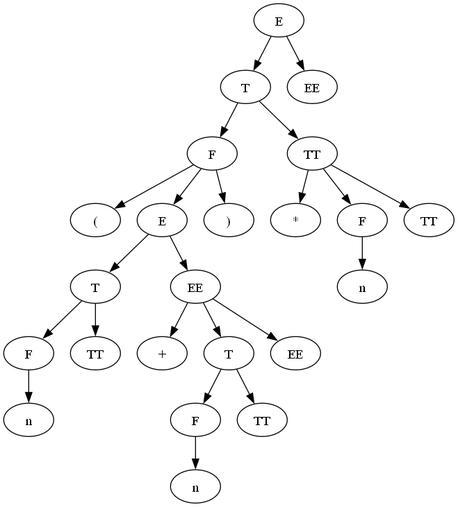
Above: lab4/graph0.png in Ultimatereo/MT (Graphviz), before the change. Its source is kept beside it as lab4/graph0.dot. The source it was exported from:
```dot
digraph ParserResult {
"NonTerminal[name=E]_22" [label="E"]
"NonTerminal[name=T]_20" [label="T"]
"NonTerminal[name=E]_22"->"NonTerminal[name=T]_20";
"NonTerminal[name=T]_20" [label="T"]
"NonTerminal[name=F]_14" [label="F"]
"NonTerminal[name=T]_20"->"NonTerminal[name=F]_14";
"NonTerminal[name=F]_14" [label="F"]
"Token{name='(', value='('}_0" [label="("]
"NonTerminal[name=F]_14"->"Token{name='(', value='('}_0";
"Token{name='(', value='('}_0" [label="("]
"NonTerminal[name=E]_12" [label="E"]
"NonTerminal[name=F]_14"->"NonTerminal[name=E]_12";
"NonTerminal[name=E]_12" [label="E"]
"NonTerminal[name=T]_4" [label="T"]
"NonTerminal[name=E]_12"->"NonTerminal[name=T]_4";
"NonTerminal[name=T]_4" [label="T"]
"NonTerminal[name=F]_2" [label="F"]
"NonTerminal[name=T]_4"->"NonTerminal[name=F]_2";
"NonTerminal[name=F]_2" [label="F"]
"Token{name='n', value='1'}_1" [label="n"]
"NonTerminal[name=F]_2"->"Token{name='n', value='1'}_1";
"Token{name='n', value='1'}_1" [label="n"]
"NonTerminal[name=TT]_3" [label="TT"]
"NonTerminal[name=T]_4"->"NonTerminal[name=TT]_3";
"NonTerminal[name=TT]_3" [label="TT"]
"NonTerminal[name=EE]_11" [label="EE"]
"NonTerminal[name=E]_12"->"NonTerminal[name=EE]_11";
"NonTerminal[name=EE]_11" [label="EE"]
"Token{name='+', value='+'}_5" [label="+"]
"NonTerminal[name=EE]_11"->"Token{name='+', value='+'}_5";
"Token{name='+', value='+'}_5" [label="+"]
"NonTerminal[name=T]_9" [label="T"]
"NonTerminal[name=EE]_11"->"NonTerminal[name=T]_9";
"NonTerminal[name=T]_9" [label="T"]
"NonTerminal[name=F]_7" [label="F"]
"NonTerminal[name=T]_9"->"NonTerminal[name=F]_7";
"NonTerminal[name=F]_7" [label="F"]
"Token{name='n', value='2'}_6" [label="n"]
"NonTerminal[name=F]_7"->"Token{name='n', value='2'}_6";
"Token{name='n', value='2'}_6" [label="n"]
"NonTerminal[name=TT]_8" [label="TT"]
"NonTerminal[name=T]_9"->"NonTerminal[name=TT]_8";
"NonTerminal[name=TT]_8" [label="TT"]
"NonTerminal[name=EE]_10" [label="EE"]
"NonTerminal[name=EE]_11"->"NonTerminal[name=EE]_10";
"NonTerminal[name=EE]_10" [label="EE"]
"Token{name=')', value=')'}_13" [label=")"]
"NonTerminal[name=F]_14"->"Token{name=')', value=')'}_13";
"Token{name=')', value=')'}_13" [label=")"]
"NonTerminal[name=TT]_19" [label="TT"]
"NonTerminal[name=T]_20"->"NonTerminal[name=TT]_19";
"NonTerminal[name=TT]_19" [label="TT"]
"Token{name='*', value='*'}_15" [label="*"]
"NonTerminal[name=TT]_19"->"Token{name='*', value='*'}_15";
"Token{name='*', value='*'}_15" [label="*"]
"NonTerminal[name=F]_17" [label="F"]
"NonTerminal[name=TT]_19"->"NonTerminal[name=F]_17";
"NonTerminal[name=F]_17" [label="F"]
"Token{name='n', value='3'}_16" [label="n"]
"NonTerminal[name=F]_17"->"Token{name='n', value='3'}_16";
"Token{name='n', value='3'}_16" [label="n"]
"NonTerminal[name=TT]_18" [label="TT"]
"NonTerminal[name=TT]_19"->"NonTerminal[name=TT]_18";
"NonTerminal[name=TT]_18" [label="TT"]
"NonTerminal[name=EE]_21" [label="EE"]
"NonTerminal[name=E]_22"->"NonTerminal[name=EE]_21";
"NonTerminal[name=EE]_21" [label="EE"]
}
```
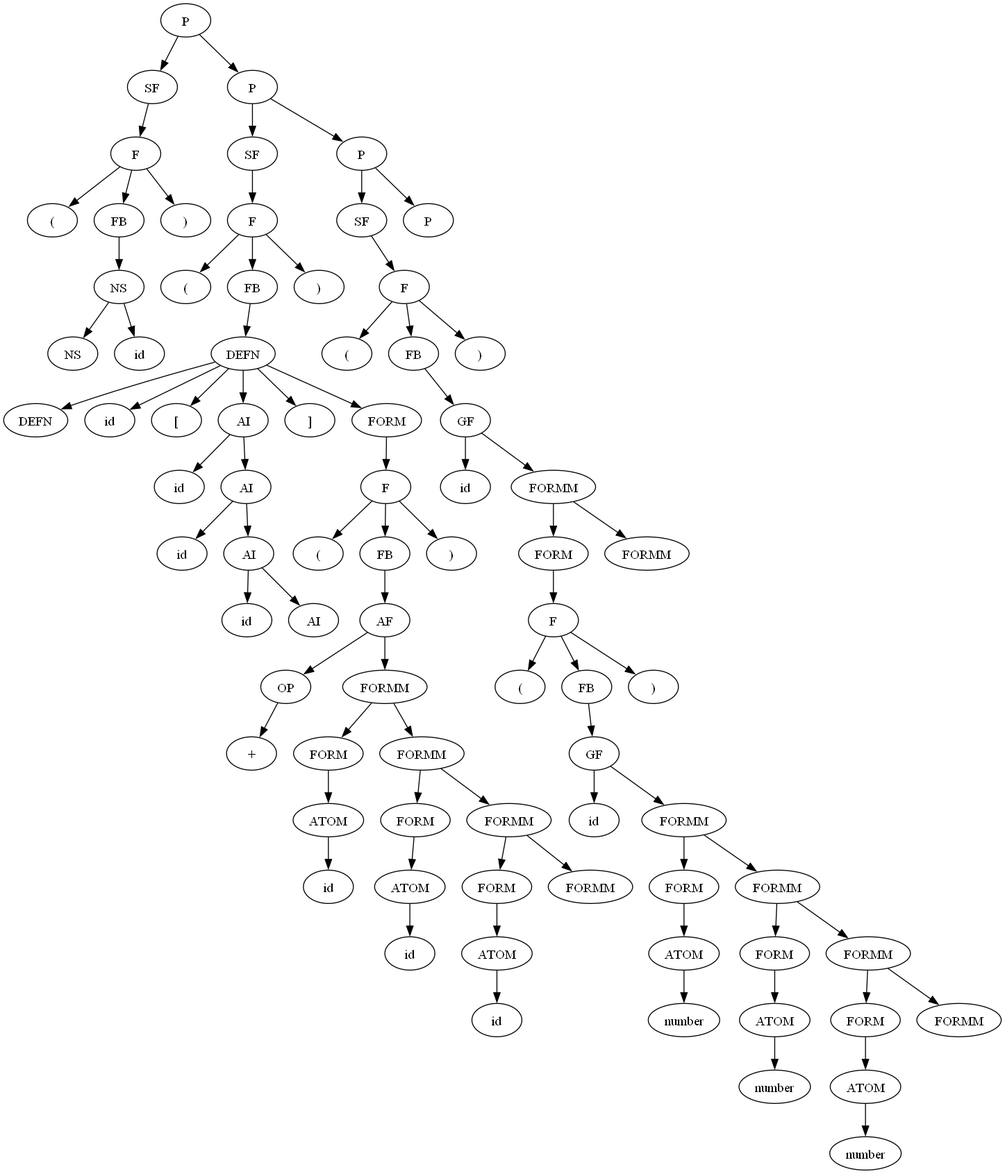
Later version of the same file.

The edit, as a diff of the source:
```diff
@@ -1,69 +1,237 @@
 digraph ParserResult {
-"NonTerminal[name=E]_22" [label="E"]
-"NonTerminal[name=T]_20" [label="T"]
-"NonTerminal[name=E]_22"->"NonTerminal[name=T]_20";
-"NonTerminal[name=T]_20" [label="T"]
-"NonTerminal[name=F]_14" [label="F"]
-"NonTerminal[name=T]_20"->"NonTerminal[name=F]_14";
-"NonTerminal[name=F]_14" [label="F"]
+"NonTerminal[name=P]_78" [label="P"]
+"NonTerminal[name=SF]_7" [label="SF"]
+"NonTerminal[name=P]_78"->"NonTerminal[name=SF]_7";
+"NonTerminal[name=SF]_7" [label="SF"]
+"NonTerminal[name=F]_6" [label="F"]
+"NonTerminal[name=SF]_7"->"NonTerminal[name=F]_6";
+"NonTerminal[name=F]_6" [label="F"]
 "Token{name='(', value='('}_0" [label="("]
-"NonTerminal[name=F]_14"->"Token{name='(', value='('}_0";
+"NonTerminal[name=F]_6"->"Token{name='(', value='('}_0";
 "Token{name='(', value='('}_0" [label="("]
-"NonTerminal[name=E]_12" [label="E"]
-"NonTerminal[name=F]_14"->"NonTerminal[name=E]_12";
-"NonTerminal[name=E]_12" [label="E"]
-"NonTerminal[name=T]_4" [label="T"]
-"NonTerminal[name=E]_12"->"NonTerminal[name=T]_4";
-"NonTerminal[name=T]_4" [label="T"]
-"NonTerminal[name=F]_2" [label="F"]
-"NonTerminal[name=T]_4"->"NonTerminal[name=F]_2";
-"NonTerminal[name=F]_2" [label="F"]
-"Token{name='n', value='1'}_1" [label="n"]
-"NonTerminal[name=F]_2"->"Token{name='n', value='1'}_1";
-"Token{name='n', value='1'}_1" [label="n"]
-"NonTerminal[name=TT]_3" [label="TT"]
-"NonTerminal[name=T]_4"->"NonTerminal[name=TT]_3";
-"NonTerminal[name=TT]_3" [label="TT"]
-"NonTerminal[name=EE]_11" [label="EE"]
-"NonTerminal[name=E]_12"->"NonTerminal[name=EE]_11";
-"NonTerminal[name=EE]_11" [label="EE"]
-"Token{name='+', value='+'}_5" [label="+"]
-"NonTerminal[name=EE]_11"->"Token{name='+', value='+'}_5";
-"Token{name='+', value='+'}_5" [label="+"]
-"NonTerminal[name=T]_9" [label="T"]
-"NonTerminal[name=EE]_11"->"NonTerminal[name=T]_9";
-"NonTerminal[name=T]_9" [label="T"]
-"NonTerminal[name=F]_7" [label="F"]
-"NonTerminal[name=T]_9"->"NonTerminal[name=F]_7";
-"NonTerminal[name=F]_7" [label="F"]
-"Token{name='n', value='2'}_6" [label="n"]
-"NonTerminal[name=F]_7"->"Token{name='n', value='2'}_6";
-"Token{name='n', value='2'}_6" [label="n"]
-"NonTerminal[name=TT]_8" [label="TT"]
-"NonTerminal[name=T]_9"->"NonTerminal[name=TT]_8";
-"NonTerminal[name=TT]_8" [label="TT"]
-"NonTerminal[name=EE]_10" [label="EE"]
-"NonTerminal[name=EE]_11"->"NonTerminal[name=EE]_10";
-"NonTerminal[name=EE]_10" [label="EE"]
-"Token{name=')', value=')'}_13" [label=")"]
-"NonTerminal[name=F]_14"->"Token{name=')', value=')'}_13";
-"Token{name=')', value=')'}_13" [label=")"]
-"NonTerminal[name=TT]_19" [label="TT"]
-"NonTerminal[name=T]_20"->"NonTerminal[name=TT]_19";
-"NonTerminal[name=TT]_19" [label="TT"]
-"Token{name='*', value='*'}_15" [label="*"]
-"NonTerminal[name=TT]_19"->"Token{name='*', value='*'}_15";
-"Token{name='*', value='*'}_15" [label="*"]
-"NonTerminal[name=F]_17" [label="F"]
-"NonTerminal[name=TT]_19"->"NonTerminal[name=F]_17";
-"NonTerminal[name=F]_17" [label="F"]
-"Token{name='n', value='3'}_16" [label="n"]
-"NonTerminal[name=F]_17"->"Token{name='n', value='3'}_16";
-"Token{name='n', value='3'}_16" [label="n"]
-"NonTerminal[name=TT]_18" [label="TT"]
-"NonTerminal[name=TT]_19"->"NonTerminal[name=TT]_18";
-"NonTerminal[name=TT]_18" [label="TT"]
-"NonTerminal[name=EE]_21" [label="EE"]
-"NonTerminal[name=E]_22"->"NonTerminal[name=EE]_21";
-"NonTerminal[name=EE]_21" [label="EE"]
+"NonTerminal[name=FB]_4" [label="FB"]
+"NonTerminal[name=F]_6"->"NonTerminal[name=FB]_4";
+"NonTerminal[name=FB]_4" [label="FB"]
+"NonTerminal[name=NS]_3" [label="NS"]
+"NonTerminal[name=FB]_4"->"NonTerminal[name=NS]_3";
+"NonTerminal[name=NS]_3" [label="NS"]
+"Token{name='NS', value='ns'}_1" [label="NS"]
+"NonTerminal[name=NS]_3"->"Token{name='NS', value='ns'}_1";
+"Token{name='NS', value='ns'}_1" [label="NS"]
+"Token{name='id', value='test1'}_2" [label="id"]
+"NonTerminal[name=NS]_3"->"Token{name='id', value='test1'}_2";
+"Token{name='id', value='test1'}_2" [label="id"]
+"Token{name=')', value=')'}_5" [label=")"]
+"NonTerminal[name=F]_6"->"Token{name=')', value=')'}_5";
+"Token{name=')', value=')'}_5" [label=")"]
+"NonTerminal[name=P]_77" [label="P"]
+"NonTerminal[name=P]_78"->"NonTerminal[name=P]_77";
+"NonTerminal[name=P]_77" [label="P"]
+"NonTerminal[name=SF]_45" [label="SF"]
+"NonTerminal[name=P]_77"->"NonTerminal[name=SF]_45";
+"NonTerminal[name=SF]_45" [label="SF"]
+"NonTerminal[name=F]_44" [label="F"]
+"NonTerminal[name=SF]_45"->"NonTerminal[name=F]_44";
+"NonTerminal[name=F]_44" [label="F"]
+"Token{name='(', value='('}_8" [label="("]
+"NonTerminal[name=F]_44"->"Token{name='(', value='('}_8";
+"Token{name='(', value='('}_8" [label="("]
+"NonTerminal[name=FB]_42" [label="FB"]
+"NonTerminal[name=F]_44"->"NonTerminal[name=FB]_42";
+"NonTerminal[name=FB]_42" [label="FB"]
+"NonTerminal[name=DEFN]_41" [label="DEFN"]
+"NonTerminal[name=FB]_42"->"NonTerminal[name=DEFN]_41";
+"NonTerminal[name=DEFN]_41" [label="DEFN"]
+"Token{name='DEFN', value='defn'}_9" [label="DEFN"]
+"NonTerminal[name=DEFN]_41"->"Token{name='DEFN', value='defn'}_9";
+"Token{name='DEFN', value='defn'}_9" [label="DEFN"]
+"Token{name='id', value='add'}_10" [label="id"]
+"NonTerminal[name=DEFN]_41"->"Token{name='id', value='add'}_10";
+"Token{name='id', value='add'}_10" [label="id"]
+"Token{name='[', value='['}_11" [label="["]
+"NonTerminal[name=DEFN]_41"->"Token{name='[', value='['}_11";
+"Token{name='[', value='['}_11" [label="["]
+"NonTerminal[name=AI]_18" [label="AI"]
+"NonTerminal[name=DEFN]_41"->"NonTerminal[name=AI]_18";
+"NonTerminal[name=AI]_18" [label="AI"]
+"Token{name='id', value='x'}_12" [label="id"]
+"NonTerminal[name=AI]_18"->"Token{name='id', value='x'}_12";
+"Token{name='id', value='x'}_12" [label="id"]
+"NonTerminal[name=AI]_17" [label="AI"]
+"NonTerminal[name=AI]_18"->"NonTerminal[name=AI]_17";
+"NonTerminal[name=AI]_17" [label="AI"]
+"Token{name='id', value='y'}_13" [label="id"]
+"NonTerminal[name=AI]_17"->"Token{name='id', value='y'}_13";
+"Token{name='id', value='y'}_13" [label="id"]
+"NonTerminal[name=AI]_16" [label="AI"]
+"NonTerminal[name=AI]_17"->"NonTerminal[name=AI]_16";
+"NonTerminal[name=AI]_16" [label="AI"]
+"Token{name='id', value='z'}_14" [label="id"]
+"NonTerminal[name=AI]_16"->"Token{name='id', value='z'}_14";
+"Token{name='id', value='z'}_14" [label="id"]
+"NonTerminal[name=AI]_15" [label="AI"]
+"NonTerminal[name=AI]_16"->"NonTerminal[name=AI]_15";
+"NonTerminal[name=AI]_15" [label="AI"]
+"Token{name=']', value=']'}_19" [label="]"]
+"NonTerminal[name=DEFN]_41"->"Token{name=']', value=']'}_19";
+"Token{name=']', value=']'}_19" [label="]"]
+"NonTerminal[name=FORM]_40" [label="FORM"]
+"NonTerminal[name=DEFN]_41"->"NonTerminal[name=FORM]_40";
+"NonTerminal[name=FORM]_40" [label="FORM"]
+"NonTerminal[name=F]_39" [label="F"]
+"NonTerminal[name=FORM]_40"->"NonTerminal[name=F]_39";
+"NonTerminal[name=F]_39" [label="F"]
+"Token{name='(', value='('}_20" [label="("]
+"NonTerminal[name=F]_39"->"Token{name='(', value='('}_20";
+"Token{name='(', value='('}_20" [label="("]
+"NonTerminal[name=FB]_37" [label="FB"]
+"NonTerminal[name=F]_39"->"NonTerminal[name=FB]_37";
+"NonTerminal[name=FB]_37" [label="FB"]
+"NonTerminal[name=AF]_36" [label="AF"]
+"NonTerminal[name=FB]_37"->"NonTerminal[name=AF]_36";
+"NonTerminal[name=AF]_36" [label="AF"]
+"NonTerminal[name=OP]_22" [label="OP"]
+"NonTerminal[name=AF]_36"->"NonTerminal[name=OP]_22";
+"NonTerminal[name=OP]_22" [label="OP"]
+"Token{name='+', value='+'}_21" [label="+"]
+"NonTerminal[name=OP]_22"->"Token{name='+', value='+'}_21";
+"Token{name='+', value='+'}_21" [label="+"]
+"NonTerminal[name=FORMM]_35" [label="FORMM"]
+"NonTerminal[name=AF]_36"->"NonTerminal[name=FORMM]_35";
+"NonTerminal[name=FORMM]_35" [label="FORMM"]
+"NonTerminal[name=FORM]_25" [label="FORM"]
+"NonTerminal[name=FORMM]_35"->"NonTerminal[name=FORM]_25";
+"NonTerminal[name=FORM]_25" [label="FORM"]
+"NonTerminal[name=ATOM]_24" [label="ATOM"]
+"NonTerminal[name=FORM]_25"->"NonTerminal[name=ATOM]_24";
+"NonTerminal[name=ATOM]_24" [label="ATOM"]
+"Token{name='id', value='x'}_23" [label="id"]
+"NonTerminal[name=ATOM]_24"->"Token{name='id', value='x'}_23";
+"Token{name='id', value='x'}_23" [label="id"]
+"NonTerminal[name=FORMM]_34" [label="FORMM"]
+"NonTerminal[name=FORMM]_35"->"NonTerminal[name=FORMM]_34";
+"NonTerminal[name=FORMM]_34" [label="FORMM"]
+"NonTerminal[name=FORM]_28" [label="FORM"]
+"NonTerminal[name=FORMM]_34"->"NonTerminal[name=FORM]_28";
+"NonTerminal[name=FORM]_28" [label="FORM"]
+"NonTerminal[name=ATOM]_27" [label="ATOM"]
+"NonTerminal[name=FORM]_28"->"NonTerminal[name=ATOM]_27";
+"NonTerminal[name=ATOM]_27" [label="ATOM"]
+"Token{name='id', value='y'}_26" [label="id"]
+"NonTerminal[name=ATOM]_27"->"Token{name='id', value='y'}_26";
+"Token{name='id', value='y'}_26" [label="id"]
+"NonTerminal[name=FORMM]_33" [label="FORMM"]
+"NonTerminal[name=FORMM]_34"->"NonTerminal[name=FORMM]_33";
+"NonTerminal[name=FORMM]_33" [label="FORMM"]
+"NonTerminal[name=FORM]_31" [label="FORM"]
+"NonTerminal[name=FORMM]_33"->"NonTerminal[name=FORM]_31";
+"NonTerminal[name=FORM]_31" [label="FORM"]
+"NonTerminal[name=ATOM]_30" [label="ATOM"]
+"NonTerminal[name=FORM]_31"->"NonTerminal[name=ATOM]_30";
+"NonTerminal[name=ATOM]_30" [label="ATOM"]
+"Token{name='id', value='z'}_29" [label="id"]
+"NonTerminal[name=ATOM]_30"->"Token{name='id', value='z'}_29";
+"Token{name='id', value='z'}_29" [label="id"]
+"NonTerminal[name=FORMM]_32" [label="FORMM"]
+"NonTerminal[name=FORMM]_33"->"NonTerminal[name=FORMM]_32";
+"NonTerminal[name=FORMM]_32" [label="FORMM"]
+"Token{name=')', value=')'}_38" [label=")"]
+"NonTerminal[name=F]_39"->"Token{name=')', value=')'}_38";
+"Token{name=')', value=')'}_38" [label=")"]
+"Token{name=')', value=')'}_43" [label=")"]
+"NonTerminal[name=F]_44"->"Token{name=')', value=')'}_43";
+"Token{name=')', value=')'}_43" [label=")"]
+"NonTerminal[name=P]_76" [label="P"]
+"NonTerminal[name=P]_77"->"NonTerminal[name=P]_76";
+"NonTerminal[name=P]_76" [label="P"]
+"NonTerminal[name=SF]_74" [label="SF"]
+"NonTerminal[name=P]_76"->"NonTerminal[name=SF]_74";
+"NonTerminal[name=SF]_74" [label="SF"]
+"NonTerminal[name=F]_73" [label="F"]
+"NonTerminal[name=SF]_74"->"NonTerminal[name=F]_73";
+"NonTerminal[name=F]_73" [label="F"]
+"Token{name='(', value='('}_46" [label="("]
+"NonTerminal[name=F]_73"->"Token{name='(', value='('}_46";
+"Token{name='(', value='('}_46" [label="("]
+"NonTerminal[name=FB]_71" [label="FB"]
+"NonTerminal[name=F]_73"->"NonTerminal[name=FB]_71";
+"NonTerminal[name=FB]_71" [label="FB"]
+"NonTerminal[name=GF]_70" [label="GF"]
+"NonTerminal[name=FB]_71"->"NonTerminal[name=GF]_70";
+"NonTerminal[name=GF]_70" [label="GF"]
+"Token{name='id', value='print'}_47" [label="id"]
+"NonTerminal[name=GF]_70"->"Token{name='id', value='print'}_47";
+"Token{name='id', value='print'}_47" [label="id"]
+"NonTerminal[name=FORMM]_69" [label="FORMM"]
+"NonTerminal[name=GF]_70"->"NonTerminal[name=FORMM]_69";
+"NonTerminal[name=FORMM]_69" [label="FORMM"]
+"NonTerminal[name=FORM]_67" [label="FORM"]
+"NonTerminal[name=FORMM]_69"->"NonTerminal[name=FORM]_67";
+"NonTerminal[name=FORM]_67" [label="FORM"]
+"NonTerminal[name=F]_66" [label="F"]
+"NonTerminal[name=FORM]_67"->"NonTerminal[name=F]_66";
+"NonTerminal[name=F]_66" [label="F"]
+"Token{name='(', value='('}_48" [label="("]
+"NonTerminal[name=F]_66"->"Token{name='(', value='('}_48";
+"Token{name='(', value='('}_48" [label="("]
+"NonTerminal[name=FB]_64" [label="FB"]
+"NonTerminal[name=F]_66"->"NonTerminal[name=FB]_64";
+"NonTerminal[name=FB]_64" [label="FB"]
+"NonTerminal[name=GF]_63" [label="GF"]
+"NonTerminal[name=FB]_64"->"NonTerminal[name=GF]_63";
+"NonTerminal[name=GF]_63" [label="GF"]
+"Token{name='id', value='add'}_49" [label="id"]
+"NonTerminal[name=GF]_63"->"Token{name='id', value='add'}_49";
+"Token{name='id', value='add'}_49" [label="id"]
+"NonTerminal[name=FORMM]_62" [label="FORMM"]
+"NonTerminal[name=GF]_63"->"NonTerminal[name=FORMM]_62";
+"NonTerminal[name=FORMM]_62" [label="FORMM"]
+"NonTerminal[name=FORM]_52" [label="FORM"]
+"NonTerminal[name=FORMM]_62"->"NonTerminal[name=FORM]_52";
+"NonTerminal[name=FORM]_52" [label="FORM"]
+"NonTerminal[name=ATOM]_51" [label="ATOM"]
+"NonTerminal[name=FORM]_52"->"NonTerminal[name=ATOM]_51";
+"NonTerminal[name=ATOM]_51" [label="ATOM"]
+"Token{name='number', value='1'}_50" [label="number"]
+"NonTerminal[name=ATOM]_51"->"Token{name='number', value='1'}_50";
+"Token{name='number', value='1'}_50" [label="number"]
+"NonTerminal[name=FORMM]_61" [label="FORMM"]
+"NonTerminal[name=FORMM]_62"->"NonTerminal[name=FORMM]_61";
+"NonTerminal[name=FORMM]_61" [label="FORMM"]
+"NonTerminal[name=FORM]_55" [label="FORM"]
+"NonTerminal[name=FORMM]_61"->"NonTerminal[name=FORM]_55";
+"NonTerminal[name=FORM]_55" [label="FORM"]
+"NonTerminal[name=ATOM]_54" [label="ATOM"]
+"NonTerminal[name=FORM]_55"->"NonTerminal[name=ATOM]_54";
+"NonTerminal[name=ATOM]_54" [label="ATOM"]
+"Token{name='number', value='2'}_53" [label="number"]
+"NonTerminal[name=ATOM]_54"->"Token{name='number', value='2'}_53";
+"Token{name='number', value='2'}_53" [label="number"]
+"NonTerminal[name=FORMM]_60" [label="FORMM"]
+"NonTerminal[name=FORMM]_61"->"NonTerminal[name=FORMM]_60";
+"NonTerminal[name=FORMM]_60" [label="FORMM"]
+"NonTerminal[name=FORM]_58" [label="FORM"]
+"NonTerminal[name=FORMM]_60"->"NonTerminal[name=FORM]_58";
+"NonTerminal[name=FORM]_58" [label="FORM"]
+"NonTerminal[name=ATOM]_57" [label="ATOM"]
+"NonTerminal[name=FORM]_58"->"NonTerminal[name=ATOM]_57";
+"NonTerminal[name=ATOM]_57" [label="ATOM"]
+"Token{name='number', value='3'}_56" [label="number"]
+"NonTerminal[name=ATOM]_57"->"Token{name='number', value='3'}_56";
+"Token{name='number', value='3'}_56" [label="number"]
+"NonTerminal[name=FORMM]_59" [label="FORMM"]
+"NonTerminal[name=FORMM]_60"->"NonTerminal[name=FORMM]_59";
+"NonTerminal[name=FORMM]_59" [label="FORMM"]
+"Token{name=')', value=')'}_65" [label=")"]
+"NonTerminal[name=F]_66"->"Token{name=')', value=')'}_65";
+"Token{name=')', value=')'}_65" [label=")"]
+"NonTerminal[name=FORMM]_68" [label="FORMM"]
+"NonTerminal[name=FORMM]_69"->"NonTerminal[name=FORMM]_68";
+"NonTerminal[name=FORMM]_68" [label="FORMM"]
+"Token{name=')', value=')'}_72" [label=")"]
+"NonTerminal[name=F]_73"->"Token{name=')', value=')'}_72";
+"Token{name=')', value=')'}_72" [label=")"]
+"NonTerminal[name=P]_75" [label="P"]
+"NonTerminal[name=P]_76"->"NonTerminal[name=P]_75";
+"NonTerminal[name=P]_75" [label="P"]
 }
```
